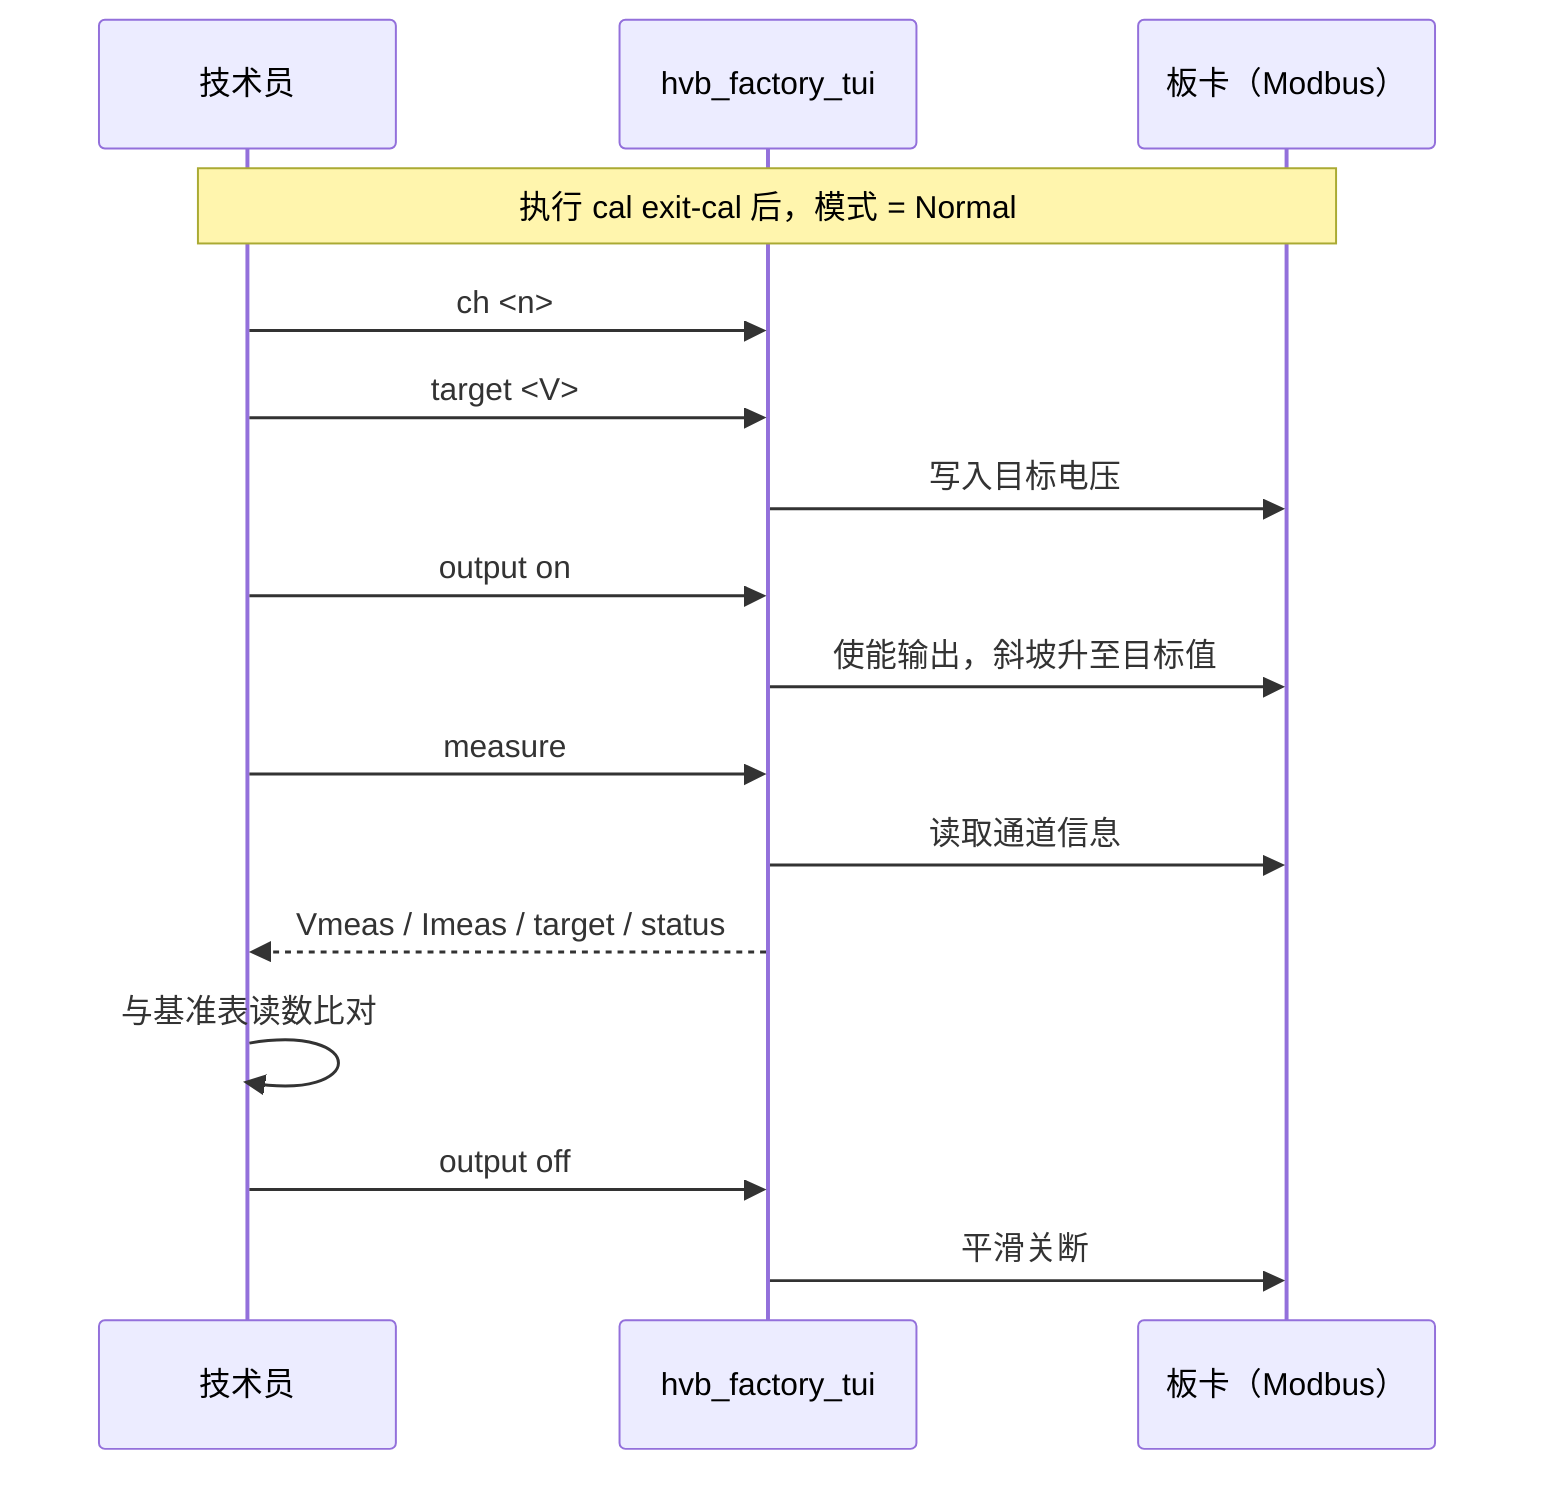
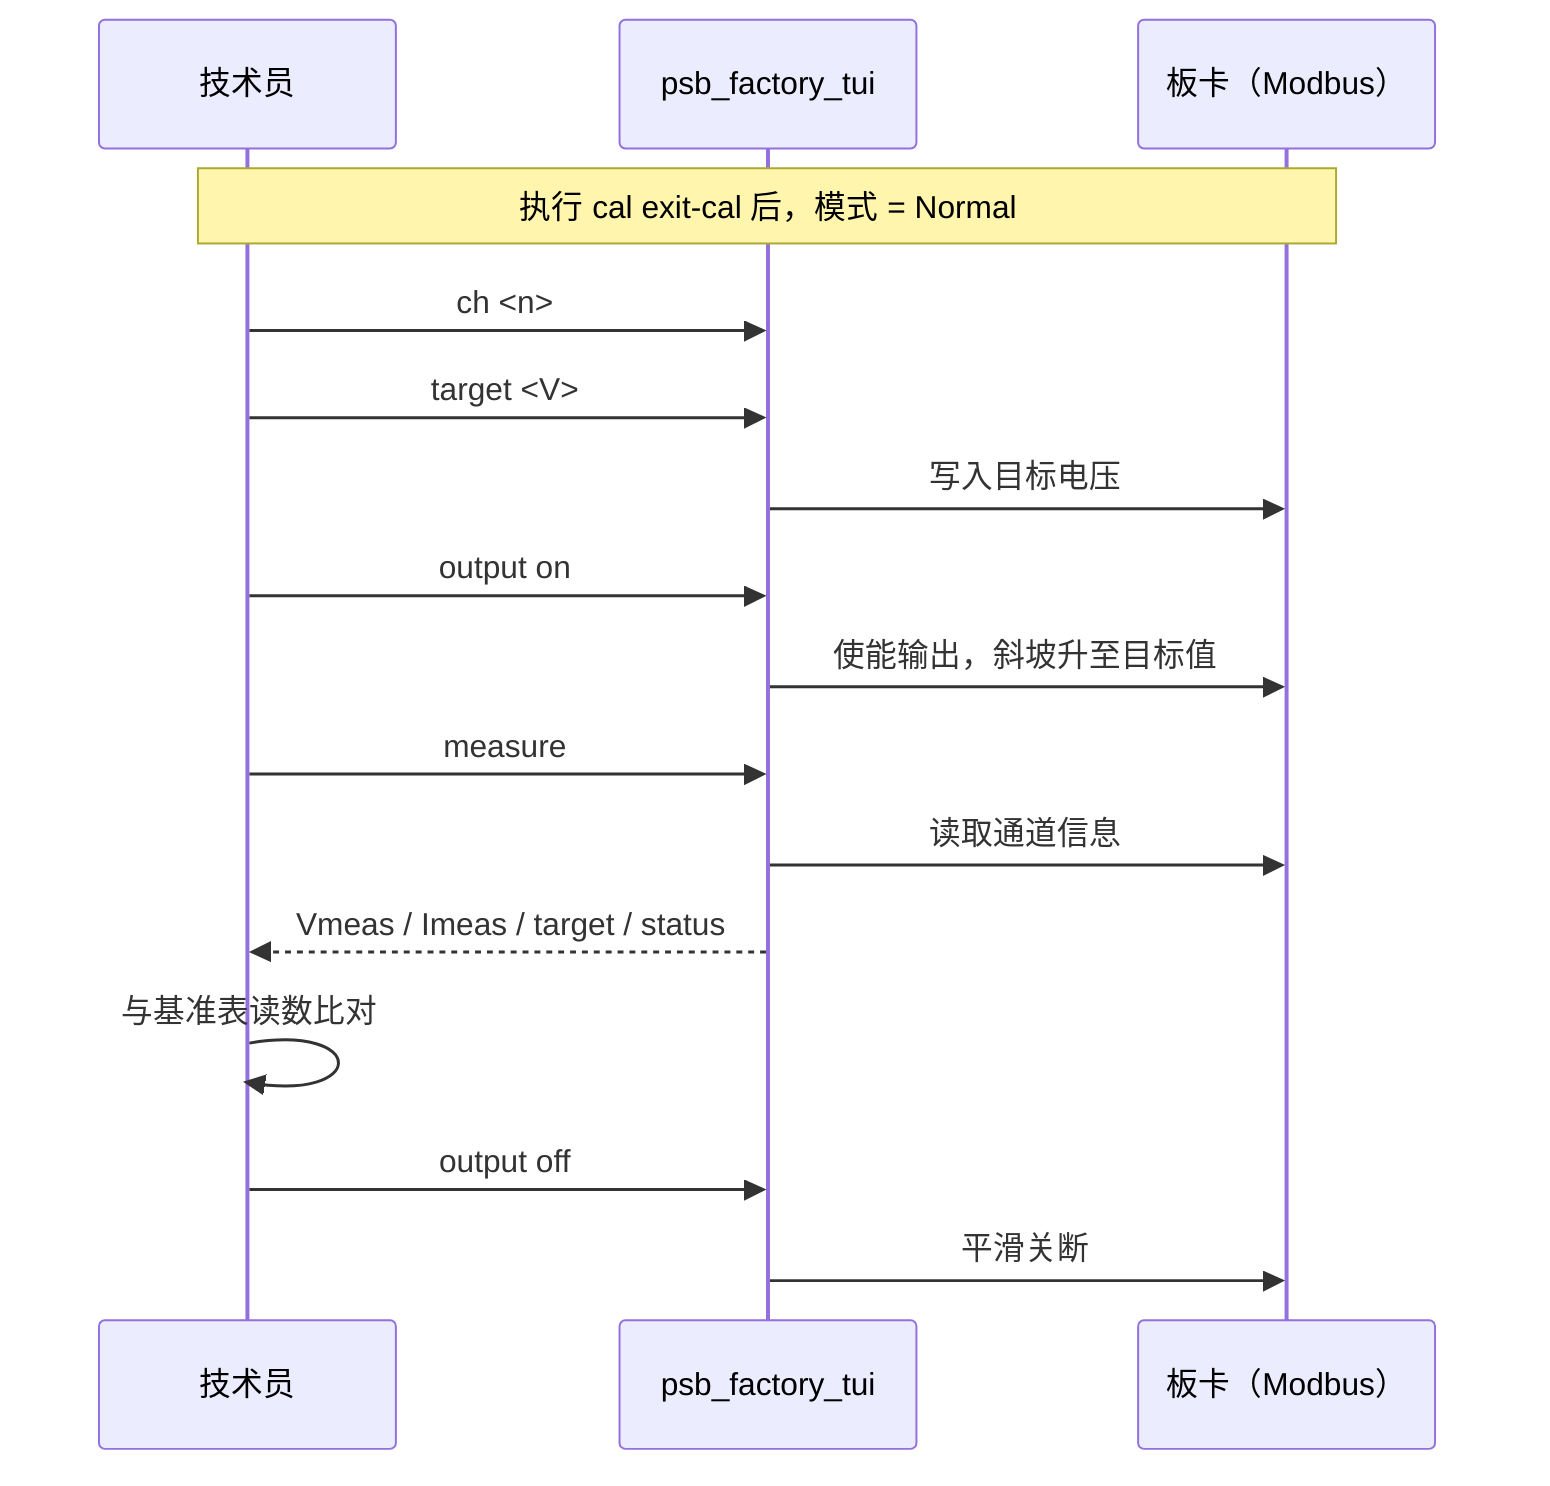
sequenceDiagram
  participant T as 技术员
-   participant Tool as hvb_factory_tui
+   participant Tool as psb_factory_tui
  participant Board as 板卡（Modbus）

  Note over T,Board: 执行 cal exit-cal 后，模式 = Normal

  T->>Tool: ch <n>
  T->>Tool: target <V>
  Tool->>Board: 写入目标电压
  T->>Tool: output on
  Tool->>Board: 使能输出，斜坡升至目标值

  T->>Tool: measure
  Tool->>Board: 读取通道信息
  Tool-->>T: Vmeas / Imeas / target / status
  T->>T: 与基准表读数比对

  T->>Tool: output off
  Tool->>Board: 平滑关断
